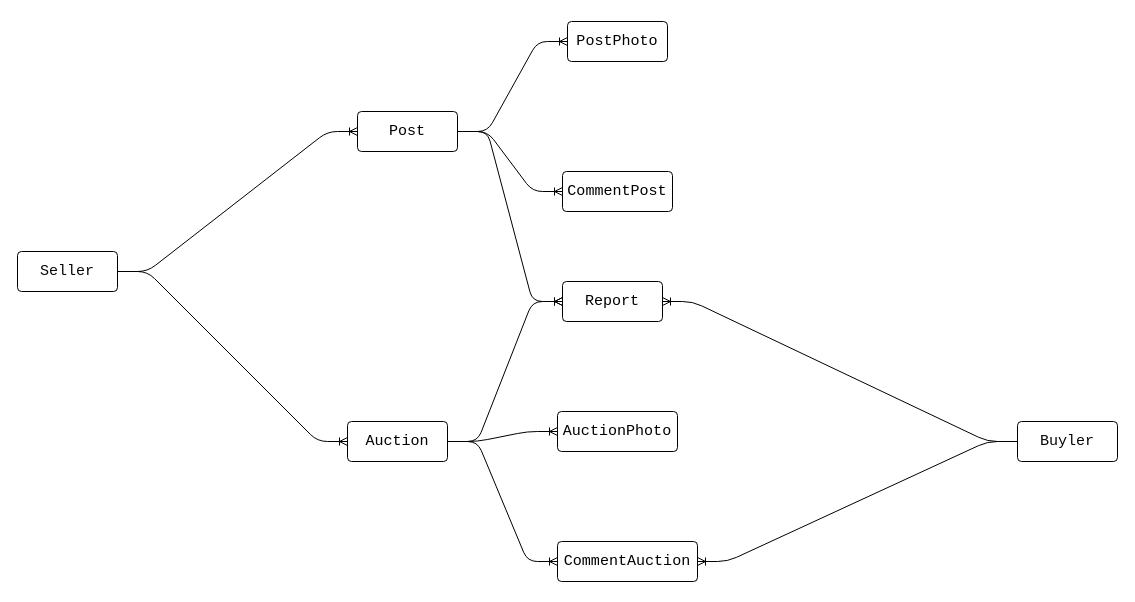
Earlier version of the draw.io diagram EER diagram.drawio (haungo2109/btl_caccongnghelaptrinhhiendai). Source tidied: cells renumbered, new cells numbered last; positions are measured from the earlier drawing's top-left corner, leaving out a move shared by most shapes. Both pictures are drawn from the tidied source at 100%, with x=0, y=0 at pixel (17, 21).
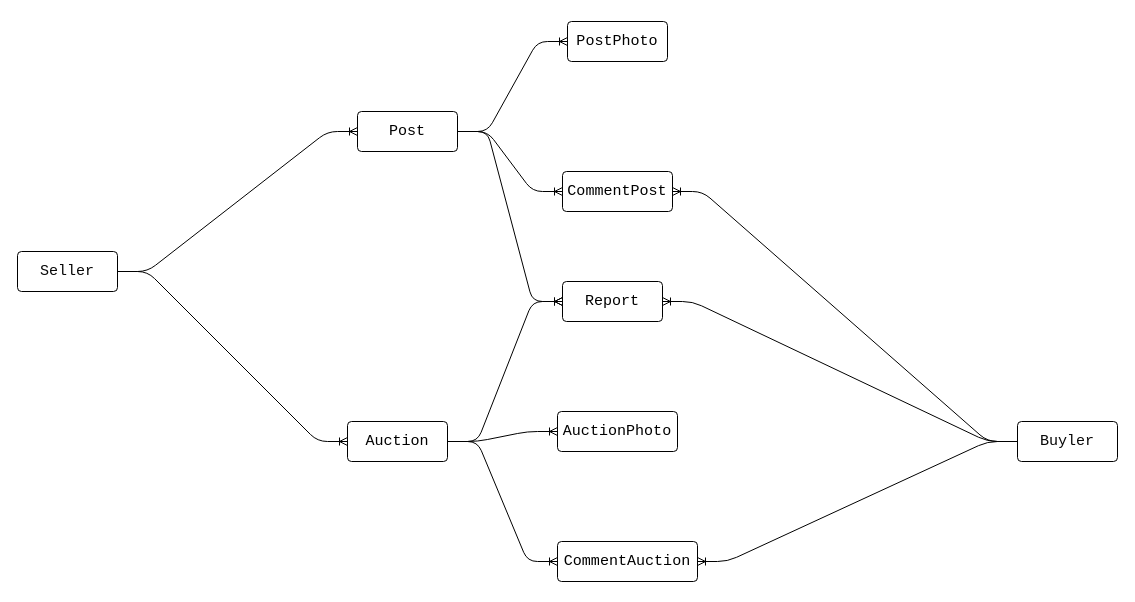
After the change.

Unchanged cells that the change refers to:
```xml
<mxCell id="5" value="&lt;pre style=&quot;background-color: #ffffff ; color: #080808 ; font-family: &amp;quot;jetbrains mono&amp;quot; , monospace ; font-size: 11.3pt&quot;&gt;&lt;span style=&quot;color: #000000&quot;&gt;CommentPost&lt;/span&gt;&lt;/pre&gt;" style="rounded=1;arcSize=10;whiteSpace=wrap;html=1;align=center;" parent="1" vertex="1">
  <mxGeometry x="545" y="150" width="110" height="40" as="geometry" />
</mxCell>
<mxCell id="19" value="&lt;pre style=&quot;background-color: #ffffff ; color: #080808 ; font-family: &amp;quot;jetbrains mono&amp;quot; , monospace ; font-size: 11.3pt&quot;&gt;Buyler&lt;/pre&gt;" style="rounded=1;arcSize=10;whiteSpace=wrap;html=1;align=center;" parent="1" vertex="1">
  <mxGeometry x="1000" y="400" width="100" height="40" as="geometry" />
</mxCell>
```

What changed in the source:
```diff
@@
+    <mxCell id="21" style="edgeStyle=entityRelationEdgeStyle;fontSize=12;html=1;endArrow=ERoneToMany;" parent="1" edge="1" source="19" target="5">
+      <mxGeometry relative="1" as="geometry" />
+    </mxCell>
```
